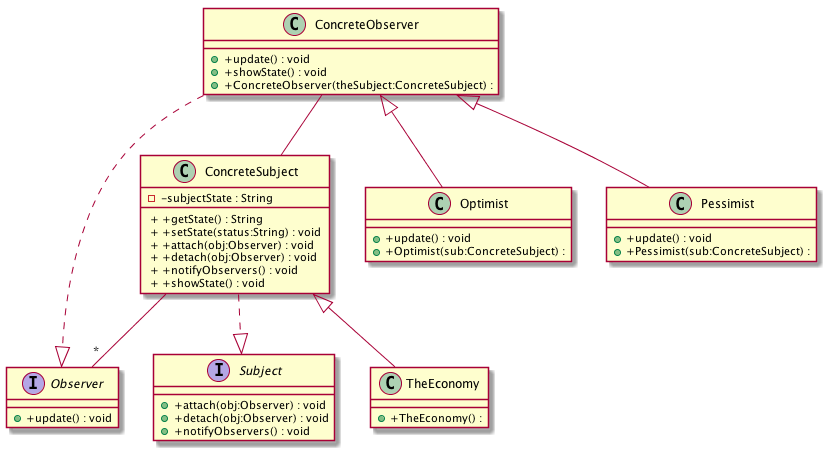
rashmishrm/UMLParser keeps this PlantUML diagram as UMLGenerator/test-case-4.png. Above is the earlier version.
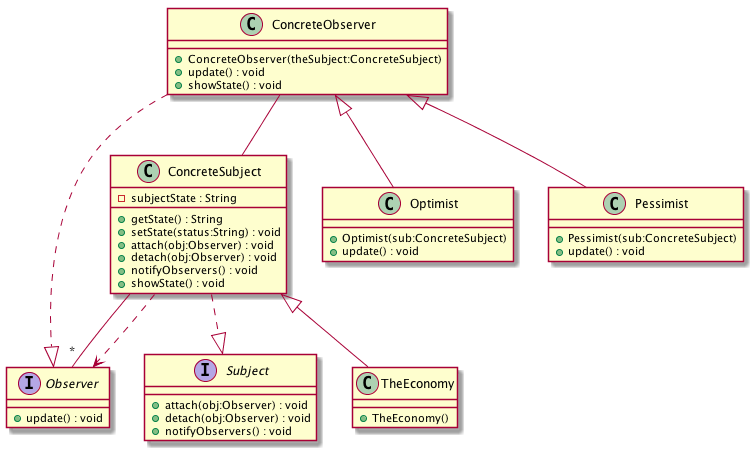
Later version of the same file.

What changed in the source:
```diff
@@ -1,42 +1,63 @@
 @startuml
 class ConcreteObserver{
- + +update() : void
- + +showState() : void
-+ +ConcreteObserver(theSubject:ConcreteSubject) :
 }
 
 class ConcreteSubject{
-- -subjectState : String
- + +getState() : String
- + +setState(status:String) : void
- + +attach(obj:Observer) : void
- + +detach(obj:Observer) : void
- + +notifyObservers() : void
- + +showState() : void
 }
 
 interface Observer{
- + +update() : void
 }
 
 class Optimist{
- + +update() : void
-+ +Optimist(sub:ConcreteSubject) :
 }
 
 class Pessimist{
- + +update() : void
-+ +Pessimist(sub:ConcreteSubject) :
 }
 
 interface Subject{
- + +attach(obj:Observer) : void
- + +detach(obj:Observer) : void
- + +notifyObservers() : void
 }
 
 class TheEconomy{
-+ +TheEconomy() :
+}
+
+class ConcreteObserver{
+ + ConcreteObserver(theSubject:ConcreteSubject)
+ + update() : void
+ + showState() : void
+}
+
+class ConcreteSubject{
+ - subjectState : String
+ + getState() : String
+ + setState(status:String) : void
+ + attach(obj:Observer) : void
+ + detach(obj:Observer) : void
+ + notifyObservers() : void
+ + showState() : void
+}
+
+interface Observer{
+ + update() : void
+}
+
+class Optimist{
+ + Optimist(sub:ConcreteSubject)
+ + update() : void
+}
+
+class Pessimist{
+ + Pessimist(sub:ConcreteSubject)
+ + update() : void
+}
+
+interface Subject{
+ + attach(obj:Observer) : void
+ + detach(obj:Observer) : void
+ + notifyObservers() : void
+}
+
+class TheEconomy{
+ + TheEconomy()
 }
 
 ConcreteObserver ..|>Observer
@@ -46,5 +67,6 @@
 ConcreteSubject<|--TheEconomy
 ConcreteObserver  " " --  " "  ConcreteSubject
 ConcreteSubject  " " --  "*"  Observer
+ConcreteSubject..>Observer
 
 @enduml
```
